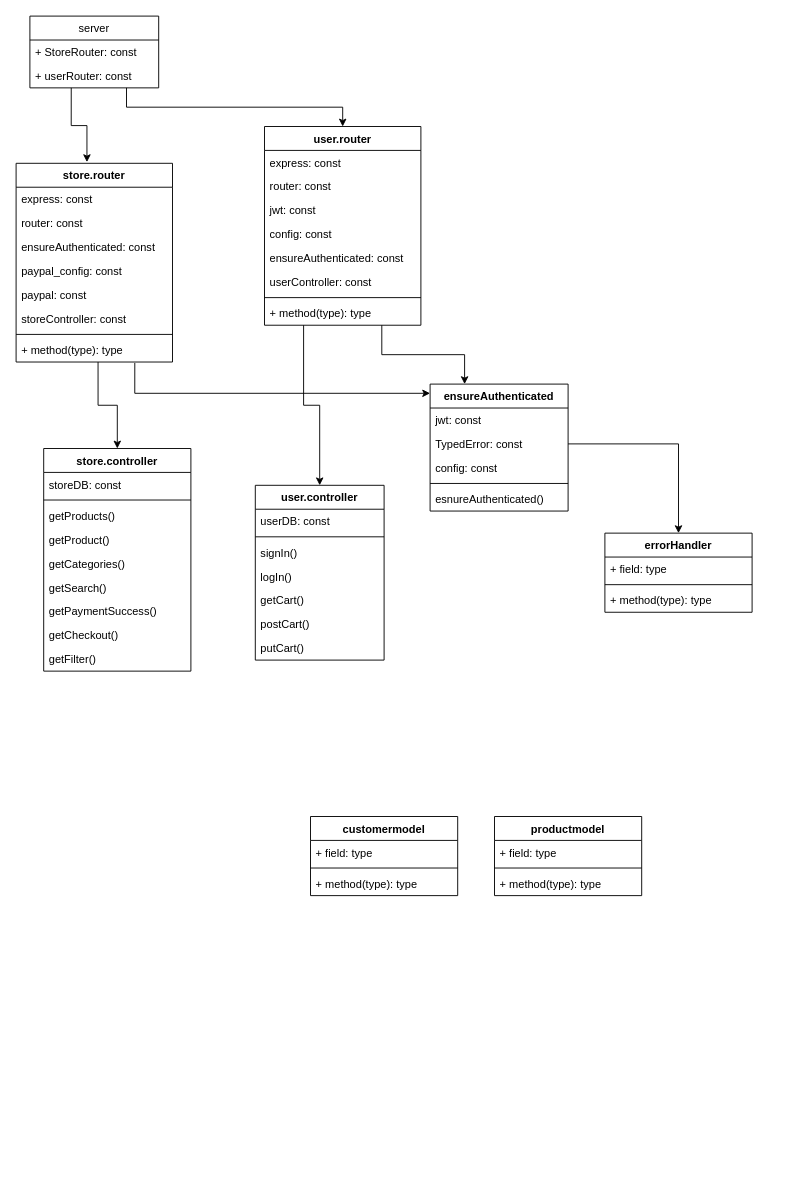
Above: Diagrams/LowLevelDesign.drawio in Cerbersec/WebApp (draw.io), before the change. Source tidied: cells renumbered, new cells numbered last; positions are measured from the earlier drawing's top-left corner, leaving out a move shared by most shapes. Both pictures are drawn from the tidied source at 92%, with x=0, y=0 at pixel (16, 16).
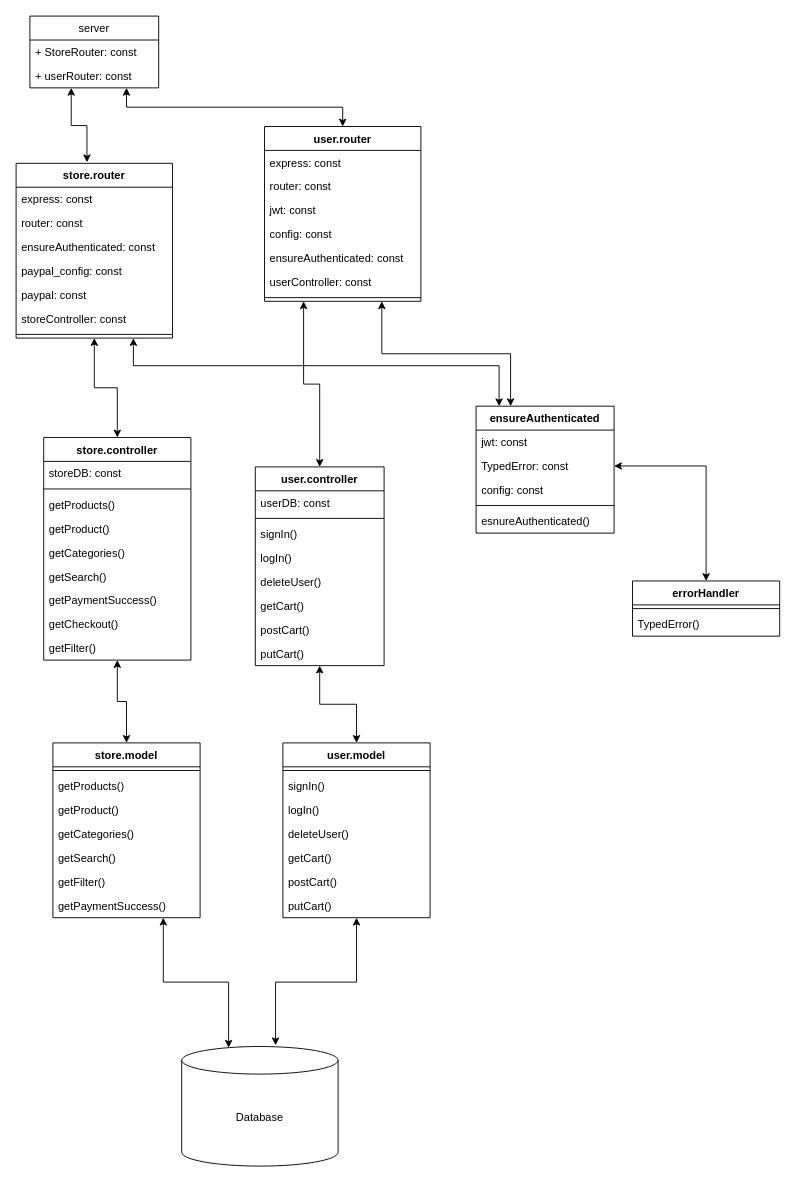
Above is the later version.

Unchanged cells that the change refers to:
```xml
<mxCell id="8" value="server" style="swimlane;fontStyle=0;horizontal=1;startSize=26;fillColor=none;" parent="1" vertex="1">
  <mxGeometry x="15" width="140" height="78" as="geometry" />
</mxCell>
<mxCell id="10" value="+ userRouter: const" style="text;strokeColor=none;fillColor=none;align=left;verticalAlign=top;spacingLeft=4;spacingRight=4;overflow=hidden;points=[[0,0.5],[1,0.5]];portConstraint=eastwest;" parent="8" vertex="1">
  <mxGeometry y="52" width="140" height="26" as="geometry" />
</mxCell>
<mxCell id="50" value="TypedError: const" style="text;strokeColor=none;fillColor=none;align=left;verticalAlign=top;spacingLeft=4;spacingRight=4;overflow=hidden;points=[[0,0.5],[1,0.5]];portConstraint=eastwest;" parent="48" vertex="1">
  <mxGeometry y="52" width="150" height="26" as="geometry" />
</mxCell>
```

The edit, as a diff of the source:
```diff
@@
-    <mxCell id="2" style="edgeStyle=orthogonalEdgeStyle;rounded=0;jettySize=auto;html=1;exitX=0.321;exitY=1;exitDx=0;exitDy=0;entryX=0.453;entryY=-0.006;entryDx=0;entryDy=0;entryPerimeter=0;exitPerimeter=0;" parent="1" edge="1" source="10" target="20">
+    <mxCell id="2" style="edgeStyle=orthogonalEdgeStyle;rounded=0;jettySize=auto;html=1;exitX=0.321;exitY=1;exitDx=0;exitDy=0;entryX=0.453;entryY=-0.006;entryDx=0;entryDy=0;entryPerimeter=0;exitPerimeter=0;startArrow=classic;startFill=1;" parent="1" edge="1" source="10" target="20">
       <mxGeometry relative="1" as="geometry" />
     </mxCell>
-    <mxCell id="3" style="edgeStyle=orthogonalEdgeStyle;rounded=0;jettySize=auto;html=1;exitX=0.75;exitY=1;exitDx=0;exitDy=0;entryX=0.5;entryY=0;entryDx=0;entryDy=0;" parent="1" edge="1" source="8" target="11">
+    <mxCell id="3" style="edgeStyle=orthogonalEdgeStyle;rounded=0;jettySize=auto;html=1;exitX=0.75;exitY=1;exitDx=0;exitDy=0;entryX=0.5;entryY=0;entryDx=0;entryDy=0;startArrow=classic;startFill=1;" parent="1" edge="1" source="8" target="11">
       <mxGeometry relative="1" as="geometry" />
     </mxCell>
-    <mxCell id="4" style="edgeStyle=orthogonalEdgeStyle;rounded=0;jettySize=auto;html=1;entryX=0.5;entryY=0;entryDx=0;entryDy=0;exitX=0.524;exitY=1;exitDx=0;exitDy=0;exitPerimeter=0;" parent="1" edge="1" source="28" target="38">
+    <mxCell id="4" style="edgeStyle=orthogonalEdgeStyle;rounded=0;jettySize=auto;html=1;entryX=0.5;entryY=0;entryDx=0;entryDy=0;exitX=0.5;exitY=1;exitDx=0;exitDy=0;startArrow=classic;startFill=1;" parent="1" edge="1" source="20" target="38">
       <mxGeometry relative="1" as="geometry" />
     </mxCell>
-    <mxCell id="5" style="edgeStyle=orthogonalEdgeStyle;rounded=0;jettySize=auto;html=1;entryX=0.5;entryY=0;entryDx=0;entryDy=0;exitX=0.25;exitY=1;exitDx=0;exitDy=0;" parent="1" edge="1" source="11" target="29">
+    <mxCell id="5" style="edgeStyle=orthogonalEdgeStyle;rounded=0;jettySize=auto;html=1;entryX=0.5;entryY=0;entryDx=0;entryDy=0;exitX=0.25;exitY=1;exitDx=0;exitDy=0;startArrow=classic;startFill=1;" parent="1" edge="1" source="11" target="29">
       <mxGeometry relative="1" as="geometry" />
     </mxCell>
-    <mxCell id="6" style="edgeStyle=orthogonalEdgeStyle;rounded=0;jettySize=auto;html=1;exitX=0.759;exitY=1.038;exitDx=0;exitDy=0;exitPerimeter=0;" parent="1" edge="1" source="28" target="48">
+    <mxCell id="6" style="edgeStyle=orthogonalEdgeStyle;rounded=0;jettySize=auto;html=1;exitX=0.75;exitY=1;exitDx=0;exitDy=0;startArrow=classic;startFill=1;" parent="1" edge="1" source="20" target="48">
       <mxGeometry relative="1" as="geometry">
         <Array as="points">
-          <mxPoint x="129" y="410" />
-          <mxPoint x="550" y="410" />
+          <mxPoint x="128" y="380" />
+          <mxPoint x="525" y="380" />
         </Array>
       </mxGeometry>
     </mxCell>
-    <mxCell id="7" style="edgeStyle=orthogonalEdgeStyle;rounded=0;jettySize=auto;html=1;entryX=0.25;entryY=0;entryDx=0;entryDy=0;exitX=0.75;exitY=1;exitDx=0;exitDy=0;" parent="1" edge="1" source="11" target="48">
+    <mxCell id="7" style="edgeStyle=orthogonalEdgeStyle;rounded=0;jettySize=auto;html=1;entryX=0.25;entryY=0;entryDx=0;entryDy=0;exitX=0.75;exitY=1;exitDx=0;exitDy=0;startArrow=classic;startFill=1;" parent="1" edge="1" source="11" target="48">
       <mxGeometry relative="1" as="geometry" />
     </mxCell>
@@
     <mxCell id="11" value="user.router" style="swimlane;fontStyle=1;align=center;verticalAlign=top;horizontal=1;startSize=26;" parent="1" vertex="1">
-      <mxGeometry x="270" y="120" width="170" height="216" as="geometry" />
+      <mxGeometry x="270" y="120" width="170" height="190" as="geometry" />
     </mxCell>
@@
-    <mxCell id="19" value="+ method(type): type" style="text;strokeColor=none;fillColor=none;align=left;verticalAlign=top;spacingLeft=4;spacingRight=4;overflow=hidden;" parent="11" vertex="1">
-      <mxGeometry y="190" width="170" height="26" as="geometry" />
-    </mxCell>
     <mxCell id="20" value="store.router" style="swimlane;fontStyle=1;align=center;verticalAlign=top;horizontal=1;startSize=26;" parent="1" vertex="1">
-      <mxGeometry y="160" width="170" height="216" as="geometry" />
+      <mxGeometry y="160" width="170" height="190" as="geometry" />
     </mxCell>
@@
-    <mxCell id="28" value="+ method(type): type" style="text;strokeColor=none;fillColor=none;align=left;verticalAlign=top;spacingLeft=4;spacingRight=4;overflow=hidden;points=[[0,0.5],[1,0.5]];portConstraint=eastwest;" parent="20" vertex="1">
-      <mxGeometry y="190" width="170" height="26" as="geometry" />
-    </mxCell>
-    <mxCell id="29" value="user.controller" style="swimlane;fontStyle=1;align=center;verticalAlign=top;horizontal=1;startSize=26;" parent="1" vertex="1">
-      <mxGeometry x="260" y="510" width="140" height="190" as="geometry" />
-    </mxCell>
-    <mxCell id="30" value="userDB: const" style="text;strokeColor=none;fillColor=none;align=left;verticalAlign=top;spacingLeft=4;spacingRight=4;overflow=hidden;" parent="29" vertex="1">
-      <mxGeometry y="26" width="140" height="26" as="geometry" />
-    </mxCell>
-    <mxCell id="31" style="line;strokeWidth=1;fillColor=none;align=left;verticalAlign=middle;spacingTop=-1;spacingLeft=3;spacingRight=3;labelPosition=right;" parent="29" vertex="1">
-      <mxGeometry y="52" width="140" height="8" as="geometry" />
-    </mxCell>
-    <mxCell id="32" value="signIn()" style="text;strokeColor=none;fillColor=none;align=left;verticalAlign=top;spacingLeft=4;spacingRight=4;overflow=hidden;" parent="29" vertex="1">
-      <mxGeometry y="60" width="140" height="26" as="geometry" />
-    </mxCell>
-    <mxCell id="33" value="logIn()" style="text;strokeColor=none;fillColor=none;align=left;verticalAlign=top;spacingLeft=4;spacingRight=4;overflow=hidden;" parent="29" vertex="1">
-      <mxGeometry y="86" width="140" height="26" as="geometry" />
-    </mxCell>
-    <mxCell id="34" value="getCart()" style="text;strokeColor=none;fillColor=none;align=left;verticalAlign=top;spacingLeft=4;spacingRight=4;overflow=hidden;" parent="29" vertex="1">
-      <mxGeometry y="112" width="140" height="26" as="geometry" />
-    </mxCell>
-    <mxCell id="35" value="postCart()" style="text;strokeColor=none;fillColor=none;align=left;verticalAlign=top;spacingLeft=4;spacingRight=4;overflow=hidden;" parent="29" vertex="1">
-      <mxGeometry y="138" width="140" height="26" as="geometry" />
-    </mxCell>
-    <mxCell id="36" value="putCart()" style="text;strokeColor=none;fillColor=none;align=left;verticalAlign=top;spacingLeft=4;spacingRight=4;overflow=hidden;" parent="29" vertex="1">
-      <mxGeometry y="164" width="140" height="26" as="geometry" />
-    </mxCell>
+    <mxCell id="66" style="edgeStyle=orthogonalEdgeStyle;rounded=0;jettySize=auto;html=1;exitX=0.5;exitY=1;exitDx=0;exitDy=0;startArrow=classic;startFill=1;" parent="1" edge="1" source="29" target="58">
+      <mxGeometry relative="1" as="geometry" />
+    </mxCell>
-    <mxCell id="37" style="edgeStyle=orthogonalEdgeStyle;rounded=0;jettySize=auto;html=1;exitX=1;exitY=0.5;exitDx=0;exitDy=0;entryX=0.5;entryY=0;entryDx=0;entryDy=0;" parent="1" edge="1" source="50" target="54">
+    <mxCell id="37" style="edgeStyle=orthogonalEdgeStyle;rounded=0;jettySize=auto;html=1;exitX=1;exitY=0.5;exitDx=0;exitDy=0;entryX=0.5;entryY=0;entryDx=0;entryDy=0;startArrow=classic;startFill=1;" parent="1" edge="1" source="50" target="54">
       <mxGeometry relative="1" as="geometry" />
     </mxCell>
+    <mxCell id="67" style="edgeStyle=orthogonalEdgeStyle;rounded=0;jettySize=auto;html=1;exitX=0.5;exitY=1;exitDx=0;exitDy=0;startArrow=classic;startFill=1;" parent="1" edge="1" source="38" target="62">
+      <mxGeometry relative="1" as="geometry" />
+    </mxCell>
     <mxCell id="38" value="store.controller" style="swimlane;fontStyle=1;align=center;verticalAlign=top;horizontal=1;startSize=26;" parent="1" vertex="1">
-      <mxGeometry x="30" y="470" width="160" height="242" as="geometry" />
+      <mxGeometry x="30" y="458" width="160" height="242" as="geometry" />
     </mxCell>
@@
+    <mxCell id="68" style="edgeStyle=orthogonalEdgeStyle;rounded=0;jettySize=auto;html=1;exitX=0.75;exitY=1;exitDx=0;exitDy=0;entryX=0.3;entryY=0.01;entryDx=0;entryDy=0;entryPerimeter=0;startArrow=classic;startFill=1;" parent="1" edge="1" source="62" target="75">
+      <mxGeometry relative="1" as="geometry" />
+    </mxCell>
+    <mxCell id="62" value="store.model&#10;" style="swimlane;fontStyle=1;align=center;verticalAlign=top;horizontal=1;startSize=26;" parent="1" vertex="1">
+      <mxGeometry x="40" y="790" width="160" height="190" as="geometry" />
+    </mxCell>
+    <mxCell id="64" style="line;strokeWidth=1;fillColor=none;align=left;verticalAlign=middle;spacingTop=-1;spacingLeft=3;spacingRight=3;labelPosition=right;" parent="62" vertex="1">
+      <mxGeometry y="26" width="160" height="8" as="geometry" />
+    </mxCell>
+    <mxCell id="69" value="getProducts()" style="text;strokeColor=none;fillColor=none;align=left;verticalAlign=top;spacingLeft=4;spacingRight=4;overflow=hidden;" parent="62" vertex="1">
+      <mxGeometry y="34" width="160" height="26" as="geometry" />
+    </mxCell>
+    <mxCell id="70" value="getProduct()" style="text;strokeColor=none;fillColor=none;align=left;verticalAlign=top;spacingLeft=4;spacingRight=4;overflow=hidden;" parent="62" vertex="1">
+      <mxGeometry y="60" width="160" height="26" as="geometry" />
+    </mxCell>
+    <mxCell id="71" value="getCategories()" style="text;strokeColor=none;fillColor=none;align=left;verticalAlign=top;spacingLeft=4;spacingRight=4;overflow=hidden;" parent="62" vertex="1">
+      <mxGeometry y="86" width="160" height="26" as="geometry" />
+    </mxCell>
+    <mxCell id="72" value="getSearch()" style="text;strokeColor=none;fillColor=none;align=left;verticalAlign=top;spacingLeft=4;spacingRight=4;overflow=hidden;" parent="62" vertex="1">
+      <mxGeometry y="112" width="160" height="26" as="geometry" />
+    </mxCell>
+    <mxCell id="73" value="getFilter()" style="text;strokeColor=none;fillColor=none;align=left;verticalAlign=top;spacingLeft=4;spacingRight=4;overflow=hidden;" parent="62" vertex="1">
+      <mxGeometry y="138" width="160" height="26" as="geometry" />
+    </mxCell>
+    <mxCell id="74" value="getPaymentSuccess()" style="text;strokeColor=none;fillColor=none;align=left;verticalAlign=top;spacingLeft=4;spacingRight=4;overflow=hidden;" parent="62" vertex="1">
+      <mxGeometry y="164" width="160" height="26" as="geometry" />
+    </mxCell>
+    <mxCell id="75" value="Database" style="shape=cylinder3;whiteSpace=wrap;html=1;boundedLbl=1;backgroundOutline=1;size=15;" parent="1" vertex="1">
+      <mxGeometry x="180" y="1120" width="170" height="130" as="geometry" />
+    </mxCell>
+    <mxCell id="76" style="edgeStyle=orthogonalEdgeStyle;rounded=0;jettySize=auto;html=1;exitX=0.5;exitY=1;exitDx=0;exitDy=0;entryX=0.6;entryY=-0.01;entryDx=0;entryDy=0;entryPerimeter=0;startArrow=classic;startFill=1;" parent="1" edge="1" source="58" target="75">
+      <mxGeometry relative="1" as="geometry" />
+    </mxCell>
+    <mxCell id="58" value="user.model&#10;" style="swimlane;fontStyle=1;align=center;verticalAlign=top;horizontal=1;startSize=26;" parent="1" vertex="1">
+      <mxGeometry x="290" y="790" width="160" height="190" as="geometry" />
+    </mxCell>
+    <mxCell id="60" style="line;strokeWidth=1;fillColor=none;align=left;verticalAlign=middle;spacingTop=-1;spacingLeft=3;spacingRight=3;labelPosition=right;" parent="58" vertex="1">
+      <mxGeometry y="26" width="160" height="8" as="geometry" />
+    </mxCell>
+    <mxCell id="77" value="signIn()" style="text;strokeColor=none;fillColor=none;align=left;verticalAlign=top;spacingLeft=4;spacingRight=4;overflow=hidden;" parent="58" vertex="1">
+      <mxGeometry y="34" width="160" height="26" as="geometry" />
+    </mxCell>
+    <mxCell id="78" value="logIn()" style="text;strokeColor=none;fillColor=none;align=left;verticalAlign=top;spacingLeft=4;spacingRight=4;overflow=hidden;" parent="58" vertex="1">
+      <mxGeometry y="60" width="160" height="26" as="geometry" />
+    </mxCell>
+    <mxCell id="79" value="deleteUser()" style="text;strokeColor=none;fillColor=none;align=left;verticalAlign=top;spacingLeft=4;spacingRight=4;overflow=hidden;" parent="58" vertex="1">
+      <mxGeometry y="86" width="160" height="26" as="geometry" />
+    </mxCell>
+    <mxCell id="80" value="getCart()" style="text;strokeColor=none;fillColor=none;align=left;verticalAlign=top;spacingLeft=4;spacingRight=4;overflow=hidden;" parent="58" vertex="1">
+      <mxGeometry y="112" width="160" height="26" as="geometry" />
+    </mxCell>
+    <mxCell id="81" value="postCart()" style="text;strokeColor=none;fillColor=none;align=left;verticalAlign=top;spacingLeft=4;spacingRight=4;overflow=hidden;" parent="58" vertex="1">
+      <mxGeometry y="138" width="160" height="26" as="geometry" />
+    </mxCell>
+    <mxCell id="82" value="putCart()" style="text;strokeColor=none;fillColor=none;align=left;verticalAlign=top;spacingLeft=4;spacingRight=4;overflow=hidden;" parent="58" vertex="1">
+      <mxGeometry y="164" width="160" height="26" as="geometry" />
+    </mxCell>
     <mxCell id="48" value="ensureAuthenticated" style="swimlane;fontStyle=1;align=center;verticalAlign=top;horizontal=1;startSize=26;" parent="1" vertex="1">
-      <mxGeometry x="450" y="400" width="150" height="138" as="geometry" />
+      <mxGeometry x="500" y="424" width="150" height="138" as="geometry" />
     </mxCell>
@@
     <mxCell id="54" value="errorHandler" style="swimlane;fontStyle=1;align=center;verticalAlign=top;horizontal=1;startSize=26;" parent="1" vertex="1">
-      <mxGeometry x="640" y="562" width="160" height="86" as="geometry" />
+      <mxGeometry x="670" y="614" width="160" height="60" as="geometry" />
     </mxCell>
-    <mxCell id="55" value="+ field: type" style="text;strokeColor=none;fillColor=none;align=left;verticalAlign=top;spacingLeft=4;spacingRight=4;overflow=hidden;" parent="54" vertex="1">
-      <mxGeometry y="26" width="160" height="26" as="geometry" />
-    </mxCell>
     <mxCell id="56" style="line;strokeWidth=1;fillColor=none;align=left;verticalAlign=middle;spacingTop=-1;spacingLeft=3;spacingRight=3;labelPosition=right;" parent="54" vertex="1">
-      <mxGeometry y="52" width="160" height="8" as="geometry" />
+      <mxGeometry y="26" width="160" height="8" as="geometry" />
     </mxCell>
-    <mxCell id="57" value="+ method(type): type" style="text;strokeColor=none;fillColor=none;align=left;verticalAlign=top;spacingLeft=4;spacingRight=4;overflow=hidden;" parent="54" vertex="1">
-      <mxGeometry y="60" width="160" height="26" as="geometry" />
+    <mxCell id="57" value="TypedError()" style="text;strokeColor=none;fillColor=none;align=left;verticalAlign=top;spacingLeft=4;spacingRight=4;overflow=hidden;" parent="54" vertex="1">
+      <mxGeometry y="34" width="160" height="26" as="geometry" />
     </mxCell>
-    <mxCell id="58" value="productmodel" style="swimlane;fontStyle=1;align=center;verticalAlign=top;horizontal=1;startSize=26;" parent="1" vertex="1">
-      <mxGeometry x="520" y="870" width="160" height="86" as="geometry" />
-    </mxCell>
-    <mxCell id="59" value="+ field: type" style="text;strokeColor=none;fillColor=none;align=left;verticalAlign=top;spacingLeft=4;spacingRight=4;overflow=hidden;" parent="58" vertex="1">
-      <mxGeometry y="26" width="160" height="26" as="geometry" />
-    </mxCell>
-    <mxCell id="60" style="line;strokeWidth=1;fillColor=none;align=left;verticalAlign=middle;spacingTop=-1;spacingLeft=3;spacingRight=3;labelPosition=right;" parent="58" vertex="1">
-      <mxGeometry y="52" width="160" height="8" as="geometry" />
-    </mxCell>
-    <mxCell id="61" value="+ method(type): type" style="text;strokeColor=none;fillColor=none;align=left;verticalAlign=top;spacingLeft=4;spacingRight=4;overflow=hidden;" parent="58" vertex="1">
-      <mxGeometry y="60" width="160" height="26" as="geometry" />
-    </mxCell>
-    <mxCell id="62" value="customermodel&#10;" style="swimlane;fontStyle=1;align=center;verticalAlign=top;horizontal=1;startSize=26;" parent="1" vertex="1">
-      <mxGeometry x="320" y="870" width="160" height="86" as="geometry" />
-    </mxCell>
-    <mxCell id="63" value="+ field: type" style="text;strokeColor=none;fillColor=none;align=left;verticalAlign=top;spacingLeft=4;spacingRight=4;overflow=hidden;" parent="62" vertex="1">
-      <mxGeometry y="26" width="160" height="26" as="geometry" />
-    </mxCell>
-    <mxCell id="64" style="line;strokeWidth=1;fillColor=none;align=left;verticalAlign=middle;spacingTop=-1;spacingLeft=3;spacingRight=3;labelPosition=right;" parent="62" vertex="1">
-      <mxGeometry y="52" width="160" height="8" as="geometry" />
-    </mxCell>
-    <mxCell id="65" value="+ method(type): type" style="text;strokeColor=none;fillColor=none;align=left;verticalAlign=top;spacingLeft=4;spacingRight=4;overflow=hidden;" parent="62" vertex="1">
-      <mxGeometry y="60" width="160" height="26" as="geometry" />
-    </mxCell>
+    <mxCell id="29" value="user.controller" style="swimlane;fontStyle=1;align=center;verticalAlign=top;horizontal=1;startSize=26;" parent="1" vertex="1">
+      <mxGeometry x="260" y="490" width="140" height="216" as="geometry" />
+    </mxCell>
+    <mxCell id="30" value="userDB: const" style="text;strokeColor=none;fillColor=none;align=left;verticalAlign=top;spacingLeft=4;spacingRight=4;overflow=hidden;" parent="29" vertex="1">
+      <mxGeometry y="26" width="140" height="26" as="geometry" />
+    </mxCell>
+    <mxCell id="31" style="line;strokeWidth=1;fillColor=none;align=left;verticalAlign=middle;spacingTop=-1;spacingLeft=3;spacingRight=3;labelPosition=right;" parent="29" vertex="1">
+      <mxGeometry y="52" width="140" height="8" as="geometry" />
+    </mxCell>
+    <mxCell id="32" value="signIn()" style="text;strokeColor=none;fillColor=none;align=left;verticalAlign=top;spacingLeft=4;spacingRight=4;overflow=hidden;" parent="29" vertex="1">
+      <mxGeometry y="60" width="140" height="26" as="geometry" />
+    </mxCell>
+    <mxCell id="33" value="logIn()" style="text;strokeColor=none;fillColor=none;align=left;verticalAlign=top;spacingLeft=4;spacingRight=4;overflow=hidden;" parent="29" vertex="1">
+      <mxGeometry y="86" width="140" height="26" as="geometry" />
+    </mxCell>
+    <mxCell id="83" value="deleteUser()" style="text;strokeColor=none;fillColor=none;align=left;verticalAlign=top;spacingLeft=4;spacingRight=4;overflow=hidden;" parent="29" vertex="1">
+      <mxGeometry y="112" width="140" height="26" as="geometry" />
+    </mxCell>
+    <mxCell id="34" value="getCart()" style="text;strokeColor=none;fillColor=none;align=left;verticalAlign=top;spacingLeft=4;spacingRight=4;overflow=hidden;" parent="29" vertex="1">
+      <mxGeometry y="138" width="140" height="26" as="geometry" />
+    </mxCell>
+    <mxCell id="35" value="postCart()" style="text;strokeColor=none;fillColor=none;align=left;verticalAlign=top;spacingLeft=4;spacingRight=4;overflow=hidden;" parent="29" vertex="1">
+      <mxGeometry y="164" width="140" height="26" as="geometry" />
+    </mxCell>
+    <mxCell id="36" value="putCart()" style="text;strokeColor=none;fillColor=none;align=left;verticalAlign=top;spacingLeft=4;spacingRight=4;overflow=hidden;" parent="29" vertex="1">
+      <mxGeometry y="190" width="140" height="26" as="geometry" />
+    </mxCell>
```
